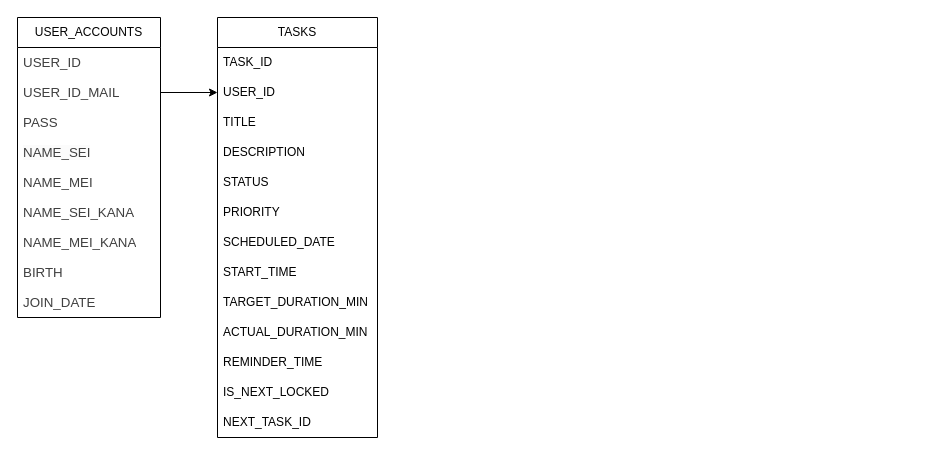
Before: page "ER図" (2 of 6) of 遷移図/Whole.drawio in ooese/FocusStep, a draw.io diagram. Source tidied: cells renumbered, new cells numbered last; positions are measured from the earlier drawing's top-left corner, leaving out a move shared by most shapes. Both pictures are drawn from the tidied source at 100%, with x=0, y=0 at pixel (17, 17).
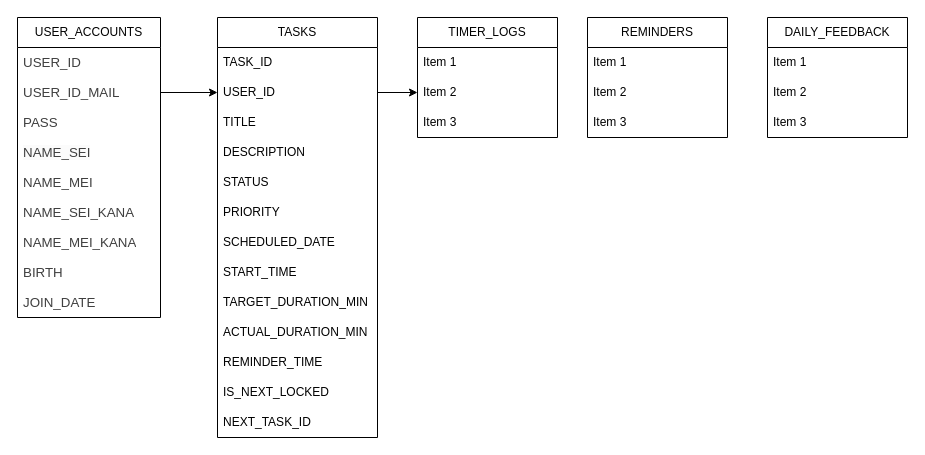
The same diagram, later.

The change refers to these unchanged cells:
```xml
<mxCell id="14" value="USER_ID" style="text;strokeColor=none;fillColor=none;align=left;verticalAlign=middle;spacingLeft=4;spacingRight=4;overflow=hidden;points=[[0,0.5],[1,0.5]];portConstraint=eastwest;whiteSpace=wrap;html=1;" parent="12" vertex="1">
  <mxGeometry y="60" width="160" height="30" as="geometry" />
</mxCell>
```

Diff of the diagram source:
```diff
@@
+    <mxCell id="27" value="TIMER_LOGS" style="swimlane;fontStyle=0;horizontal=1;startSize=30;whiteSpace=wrap;html=1;" parent="1" vertex="1">
+      <mxGeometry x="400" width="140" height="120" as="geometry" />
+    </mxCell>
+    <mxCell id="28" value="Item 1" style="text;strokeColor=none;fillColor=none;align=left;verticalAlign=middle;spacingLeft=4;spacingRight=4;overflow=hidden;whiteSpace=wrap;html=1;" parent="27" vertex="1">
+      <mxGeometry y="30" width="140" height="30" as="geometry" />
+    </mxCell>
+    <mxCell id="29" value="Item 2" style="text;strokeColor=none;fillColor=none;align=left;verticalAlign=middle;spacingLeft=4;spacingRight=4;overflow=hidden;points=[[0,0.5],[1,0.5]];portConstraint=eastwest;whiteSpace=wrap;html=1;" parent="27" vertex="1">
+      <mxGeometry y="60" width="140" height="30" as="geometry" />
+    </mxCell>
+    <mxCell id="30" value="Item 3" style="text;strokeColor=none;fillColor=none;align=left;verticalAlign=middle;spacingLeft=4;spacingRight=4;overflow=hidden;whiteSpace=wrap;html=1;" parent="27" vertex="1">
+      <mxGeometry y="90" width="140" height="30" as="geometry" />
+    </mxCell>
+    <mxCell id="31" value="REMINDERS" style="swimlane;fontStyle=0;horizontal=1;startSize=30;whiteSpace=wrap;html=1;" parent="1" vertex="1">
+      <mxGeometry x="570" width="140" height="120" as="geometry" />
+    </mxCell>
+    <mxCell id="32" value="Item 1" style="text;strokeColor=none;fillColor=none;align=left;verticalAlign=middle;spacingLeft=4;spacingRight=4;overflow=hidden;whiteSpace=wrap;html=1;" parent="31" vertex="1">
+      <mxGeometry y="30" width="140" height="30" as="geometry" />
+    </mxCell>
+    <mxCell id="33" value="Item 2" style="text;strokeColor=none;fillColor=none;align=left;verticalAlign=middle;spacingLeft=4;spacingRight=4;overflow=hidden;whiteSpace=wrap;html=1;" parent="31" vertex="1">
+      <mxGeometry y="60" width="140" height="30" as="geometry" />
+    </mxCell>
+    <mxCell id="34" value="Item 3" style="text;strokeColor=none;fillColor=none;align=left;verticalAlign=middle;spacingLeft=4;spacingRight=4;overflow=hidden;whiteSpace=wrap;html=1;" parent="31" vertex="1">
+      <mxGeometry y="90" width="140" height="30" as="geometry" />
+    </mxCell>
+    <mxCell id="35" value="DAILY_FEEDBACK" style="swimlane;fontStyle=0;horizontal=1;startSize=30;whiteSpace=wrap;html=1;" parent="1" vertex="1">
+      <mxGeometry x="750" width="140" height="120" as="geometry" />
+    </mxCell>
+    <mxCell id="36" value="Item 1" style="text;strokeColor=none;fillColor=none;align=left;verticalAlign=middle;spacingLeft=4;spacingRight=4;overflow=hidden;whiteSpace=wrap;html=1;" parent="35" vertex="1">
+      <mxGeometry y="30" width="140" height="30" as="geometry" />
+    </mxCell>
+    <mxCell id="37" value="Item 2" style="text;strokeColor=none;fillColor=none;align=left;verticalAlign=middle;spacingLeft=4;spacingRight=4;overflow=hidden;whiteSpace=wrap;html=1;" parent="35" vertex="1">
+      <mxGeometry y="60" width="140" height="30" as="geometry" />
+    </mxCell>
+    <mxCell id="38" value="Item 3" style="text;strokeColor=none;fillColor=none;align=left;verticalAlign=middle;spacingLeft=4;spacingRight=4;overflow=hidden;whiteSpace=wrap;html=1;" parent="35" vertex="1">
+      <mxGeometry y="90" width="140" height="30" as="geometry" />
+    </mxCell>
+    <mxCell id="39" style="edgeStyle=none;html=1;exitX=1;exitY=0.5;exitDx=0;exitDy=0;entryX=0;entryY=0.5;entryDx=0;entryDy=0;" parent="1" edge="1" source="14" target="29">
+      <mxGeometry relative="1" as="geometry" />
+    </mxCell>
```
